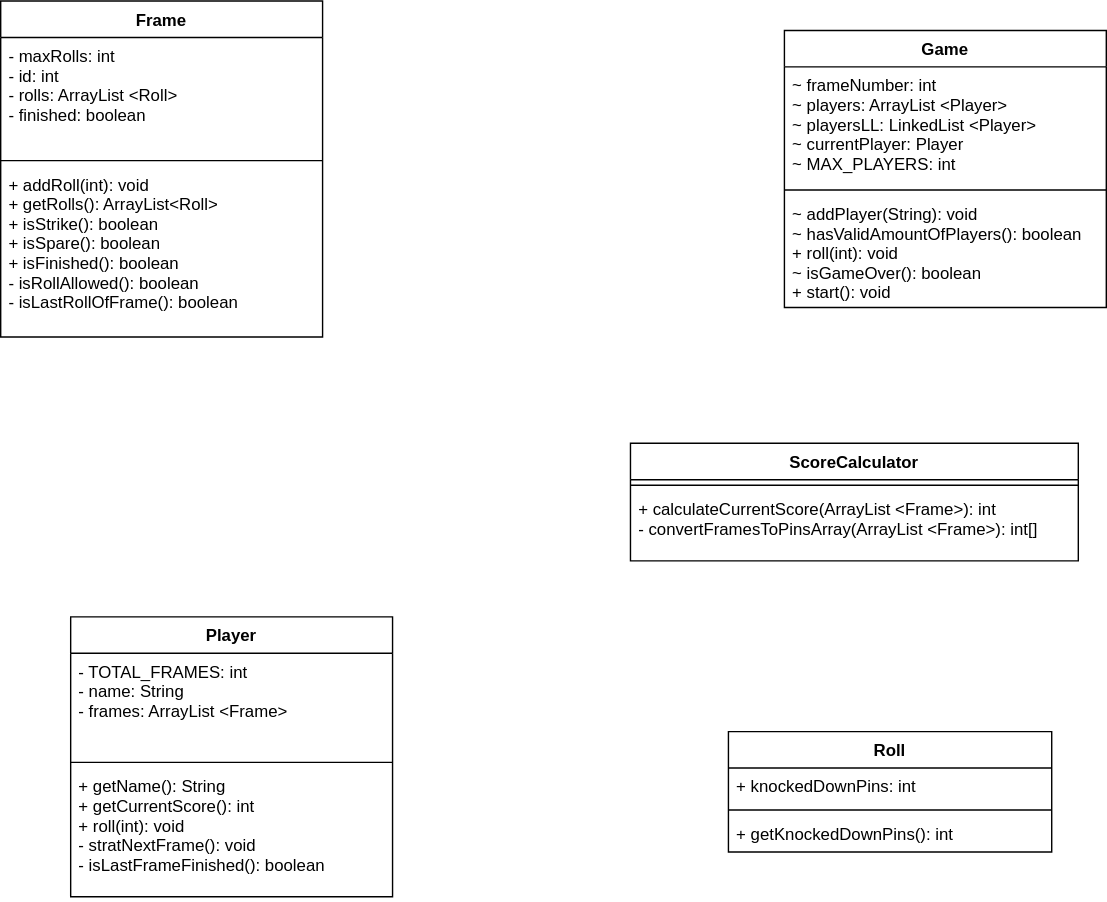
The draw.io diagram src/main/java/org/BowlPlayClassDiagram.svg in fbnr1/BowlPlay, before a commit. Source tidied: cells renumbered, new cells last; positions are measured from the earlier drawing's top-left corner, leaving out a move shared by most shapes.
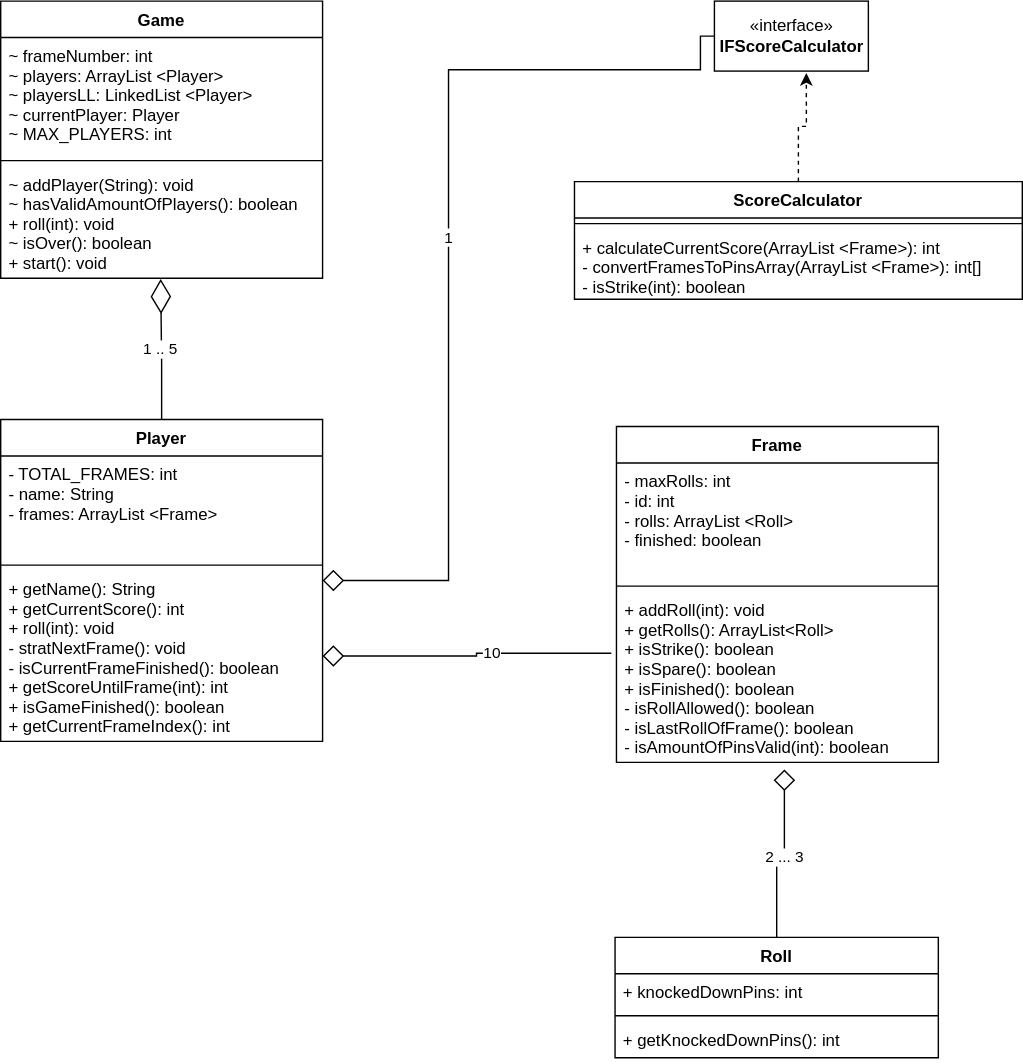
The same file after the commit.

Commit message:
adapted ClassDiagram

Diff of the diagram source:
```diff
@@ -3,7 +3,7 @@
     <mxCell id="0" />
     <mxCell id="1" parent="0" />
     <mxCell id="2" value="Frame" style="swimlane;fontStyle=1;align=center;verticalAlign=top;horizontal=1;startSize=26;" parent="1" vertex="1">
-      <mxGeometry width="230" height="240" as="geometry" />
+      <mxGeometry x="480" y="325" width="230" height="240" as="geometry" />
     </mxCell>
     <mxCell id="3" value="- maxRolls: int&#10;- id: int&#10;- rolls: ArrayList &lt;Roll&gt;&#10;- finished: boolean" style="text;strokeColor=none;fillColor=none;align=left;verticalAlign=top;spacingLeft=4;spacingRight=4;overflow=hidden;" parent="2" vertex="1">
       <mxGeometry y="26" width="230" height="84" as="geometry" />
@@ -11,11 +11,11 @@
     <mxCell id="4" style="line;strokeWidth=1;fillColor=none;align=left;verticalAlign=middle;spacingTop=-1;spacingLeft=3;spacingRight=3;labelPosition=right;" parent="2" vertex="1">
       <mxGeometry y="110" width="230" height="8" as="geometry" />
     </mxCell>
-    <mxCell id="5" value="+ addRoll(int): void&#10;+ getRolls(): ArrayList&lt;Roll&gt;&#10;+ isStrike(): boolean&#10;+ isSpare(): boolean&#10;+ isFinished(): boolean&#10;- isRollAllowed(): boolean&#10;- isLastRollOfFrame(): boolean" style="text;strokeColor=none;fillColor=none;align=left;verticalAlign=top;spacingLeft=4;spacingRight=4;overflow=hidden;points=[[0,0.5],[1,0.5]];portConstraint=eastwest;" parent="2" vertex="1">
+    <mxCell id="5" value="+ addRoll(int): void&#10;+ getRolls(): ArrayList&lt;Roll&gt;&#10;+ isStrike(): boolean&#10;+ isSpare(): boolean&#10;+ isFinished(): boolean&#10;- isRollAllowed(): boolean&#10;- isLastRollOfFrame(): boolean&#10;- isAmountOfPinsValid(int): boolean" style="text;strokeColor=none;fillColor=none;align=left;verticalAlign=top;spacingLeft=4;spacingRight=4;overflow=hidden;points=[[0,0.5],[1,0.5]];portConstraint=eastwest;" parent="2" vertex="1">
       <mxGeometry y="118" width="230" height="122" as="geometry" />
     </mxCell>
     <mxCell id="6" value="Game" style="swimlane;fontStyle=1;align=center;verticalAlign=top;horizontal=1;startSize=26;" parent="1" vertex="1">
-      <mxGeometry x="560" y="21" width="230" height="198" as="geometry" />
+      <mxGeometry x="40" y="21" width="230" height="198" as="geometry" />
     </mxCell>
     <mxCell id="7" value="~ frameNumber: int&#10;~ players: ArrayList &lt;Player&gt;&#10;~ playersLL: LinkedList &lt;Player&gt;&#10;~ currentPlayer: Player&#10;~ MAX_PLAYERS: int" style="text;strokeColor=none;fillColor=none;align=left;verticalAlign=top;spacingLeft=4;spacingRight=4;overflow=hidden;" parent="6" vertex="1">
       <mxGeometry y="26" width="230" height="84" as="geometry" />
@@ -23,11 +23,24 @@
     <mxCell id="8" style="line;strokeWidth=1;fillColor=none;align=left;verticalAlign=middle;spacingTop=-1;spacingLeft=3;spacingRight=3;labelPosition=right;" parent="6" vertex="1">
       <mxGeometry y="110" width="230" height="8" as="geometry" />
     </mxCell>
-    <mxCell id="9" value="~ addPlayer(String): void&#10;~ hasValidAmountOfPlayers(): boolean&#10;+ roll(int): void&#10;~ isGameOver(): boolean&#10;+ start(): void" style="text;strokeColor=none;fillColor=none;align=left;verticalAlign=top;spacingLeft=4;spacingRight=4;overflow=hidden;points=[[0,0.5],[1,0.5]];portConstraint=eastwest;" parent="6" vertex="1">
+    <mxCell id="9" value="~ addPlayer(String): void&#10;~ hasValidAmountOfPlayers(): boolean&#10;+ roll(int): void&#10;~ isOver(): boolean&#10;+ start(): void" style="text;strokeColor=none;fillColor=none;align=left;verticalAlign=top;spacingLeft=4;spacingRight=4;overflow=hidden;points=[[0,0.5],[1,0.5]];portConstraint=eastwest;" parent="6" vertex="1">
       <mxGeometry y="118" width="230" height="80" as="geometry" />
     </mxCell>
+    <mxCell id="21" value="1 .. 5" style="edgeStyle=orthogonalEdgeStyle;rounded=0;jettySize=auto;html=1;entryX=0.497;entryY=1.008;entryDx=0;entryDy=0;entryPerimeter=0;startArrow=none;startFill=0;endArrow=diamondThin;endFill=0;startSize=13;endSize=22;strokeWidth=1;" parent="1" edge="1" source="10" target="9">
+      <mxGeometry relative="1" as="geometry" />
+    </mxCell>
+    <mxCell id="22" value="1" style="edgeStyle=orthogonalEdgeStyle;rounded=0;jettySize=auto;html=1;startArrow=diamond;startFill=0;endArrow=none;endFill=0;startSize=13;endSize=22;strokeWidth=1;entryX=0;entryY=0.5;entryDx=0;entryDy=0;" parent="1" edge="1" source="10" target="25">
+      <mxGeometry relative="1" as="geometry">
+        <Array as="points">
+          <mxPoint x="360" y="435" />
+          <mxPoint x="360" y="70" />
+          <mxPoint x="540" y="70" />
+          <mxPoint x="540" y="46" />
+        </Array>
+      </mxGeometry>
+    </mxCell>
     <mxCell id="10" value="Player" style="swimlane;fontStyle=1;align=center;verticalAlign=top;horizontal=1;startSize=26;" parent="1" vertex="1">
-      <mxGeometry x="50" y="440" width="230" height="200" as="geometry" />
+      <mxGeometry x="40" y="320" width="230" height="230" as="geometry" />
     </mxCell>
     <mxCell id="11" value="- TOTAL_FRAMES: int&#10;- name: String&#10;- frames: ArrayList &lt;Frame&gt;" style="text;strokeColor=none;fillColor=none;align=left;verticalAlign=top;spacingLeft=4;spacingRight=4;overflow=hidden;" parent="10" vertex="1">
       <mxGeometry y="26" width="230" height="74" as="geometry" />
@@ -35,11 +48,16 @@
     <mxCell id="12" style="line;strokeWidth=1;fillColor=none;align=left;verticalAlign=middle;spacingTop=-1;spacingLeft=3;spacingRight=3;labelPosition=right;" parent="10" vertex="1">
       <mxGeometry y="100" width="230" height="8" as="geometry" />
     </mxCell>
-    <mxCell id="13" value="+ getName(): String&#10;+ getCurrentScore(): int&#10;+ roll(int): void&#10;- stratNextFrame(): void&#10;- isLastFrameFinished(): boolean" style="text;strokeColor=none;fillColor=none;align=left;verticalAlign=top;spacingLeft=4;spacingRight=4;overflow=hidden;points=[[0,0.5],[1,0.5]];portConstraint=eastwest;" parent="10" vertex="1">
-      <mxGeometry y="108" width="230" height="92" as="geometry" />
+    <mxCell id="13" value="+ getName(): String&#10;+ getCurrentScore(): int&#10;+ roll(int): void&#10;- stratNextFrame(): void&#10;- isCurrentFrameFinished(): boolean&#10;+ getScoreUntilFrame(int): int&#10;+ isGameFinished(): boolean&#10;+ getCurrentFrameIndex(): int" style="text;strokeColor=none;fillColor=none;align=left;verticalAlign=top;spacingLeft=4;spacingRight=4;overflow=hidden;points=[[0,0.5],[1,0.5]];portConstraint=eastwest;" parent="10" vertex="1">
+      <mxGeometry y="108" width="230" height="122" as="geometry" />
     </mxCell>
+    <mxCell id="23" value="2 ... 3" style="edgeStyle=orthogonalEdgeStyle;rounded=0;jettySize=auto;html=1;endArrow=diamond;endFill=0;endSize=13;" parent="1" edge="1" source="14">
+      <mxGeometry relative="1" as="geometry">
+        <mxPoint x="600" y="570" as="targetPoint" />
+      </mxGeometry>
+    </mxCell>
     <mxCell id="14" value="Roll" style="swimlane;fontStyle=1;align=center;verticalAlign=top;horizontal=1;startSize=26;" parent="1" vertex="1">
-      <mxGeometry x="520" y="522" width="231" height="86" as="geometry" />
+      <mxGeometry x="479" y="690" width="231" height="86" as="geometry" />
     </mxCell>
     <mxCell id="15" value="+ knockedDownPins: int" style="text;strokeColor=none;fillColor=none;align=left;verticalAlign=top;spacingLeft=4;spacingRight=4;overflow=hidden;" parent="14" vertex="1">
       <mxGeometry y="26" width="231" height="26" as="geometry" />
@@ -50,14 +68,26 @@
     <mxCell id="17" value="+ getKnockedDownPins(): int" style="text;strokeColor=none;fillColor=none;align=left;verticalAlign=top;spacingLeft=4;spacingRight=4;overflow=hidden;" parent="14" vertex="1">
       <mxGeometry y="60" width="231" height="26" as="geometry" />
     </mxCell>
+    <mxCell id="24" style="edgeStyle=orthogonalEdgeStyle;rounded=0;jettySize=auto;html=1;entryX=0.597;entryY=1.027;entryDx=0;entryDy=0;entryPerimeter=0;dashed=1;" parent="1" edge="1" source="18" target="25">
+      <mxGeometry relative="1" as="geometry" />
+    </mxCell>
     <mxCell id="18" value="ScoreCalculator" style="swimlane;fontStyle=1;align=center;verticalAlign=top;horizontal=1;startSize=26;" parent="1" vertex="1">
-      <mxGeometry x="450" y="316" width="320" height="84" as="geometry" />
+      <mxGeometry x="450" y="150" width="320" height="84" as="geometry" />
     </mxCell>
     <mxCell id="19" style="line;strokeWidth=1;fillColor=none;align=left;verticalAlign=middle;spacingTop=-1;spacingLeft=3;spacingRight=3;labelPosition=right;" parent="18" vertex="1">
       <mxGeometry y="26" width="320" height="8" as="geometry" />
     </mxCell>
-    <mxCell id="20" value="+ calculateCurrentScore(ArrayList &lt;Frame&gt;): int&#10;- convertFramesToPinsArray(ArrayList &lt;Frame&gt;): int[]" style="text;strokeColor=none;fillColor=none;align=left;verticalAlign=top;spacingLeft=4;spacingRight=4;overflow=hidden;" parent="18" vertex="1">
+    <mxCell id="20" value="+ calculateCurrentScore(ArrayList &lt;Frame&gt;): int&#10;- convertFramesToPinsArray(ArrayList &lt;Frame&gt;): int[]&#10;- isStrike(int): boolean" style="text;strokeColor=none;fillColor=none;align=left;verticalAlign=top;spacingLeft=4;spacingRight=4;overflow=hidden;" parent="18" vertex="1">
       <mxGeometry y="34" width="320" height="50" as="geometry" />
     </mxCell>
+    <mxCell id="25" value="«interface»&lt;br&gt;&lt;b&gt;IFScoreCalculator&lt;/b&gt;" style="html=1;" parent="1" vertex="1">
+      <mxGeometry x="550" y="21" width="110" height="50" as="geometry" />
+    </mxCell>
+    <mxCell id="26" style="edgeStyle=orthogonalEdgeStyle;rounded=0;jettySize=auto;html=1;entryX=-0.016;entryY=0.361;entryDx=0;entryDy=0;entryPerimeter=0;endArrow=none;endFill=0;endSize=15;strokeWidth=1;startArrow=diamond;startFill=0;startSize=13;" parent="1" edge="1" source="13" target="5">
+      <mxGeometry relative="1" as="geometry" />
+    </mxCell>
+    <mxCell id="27" value="10" style="edgeLabel;html=1;align=center;verticalAlign=middle;" parent="26" vertex="1">
+      <mxGeometry x="0.17" y="1" relative="1" as="geometry" />
+    </mxCell>
   </root>
 </mxGraphModel>
```
